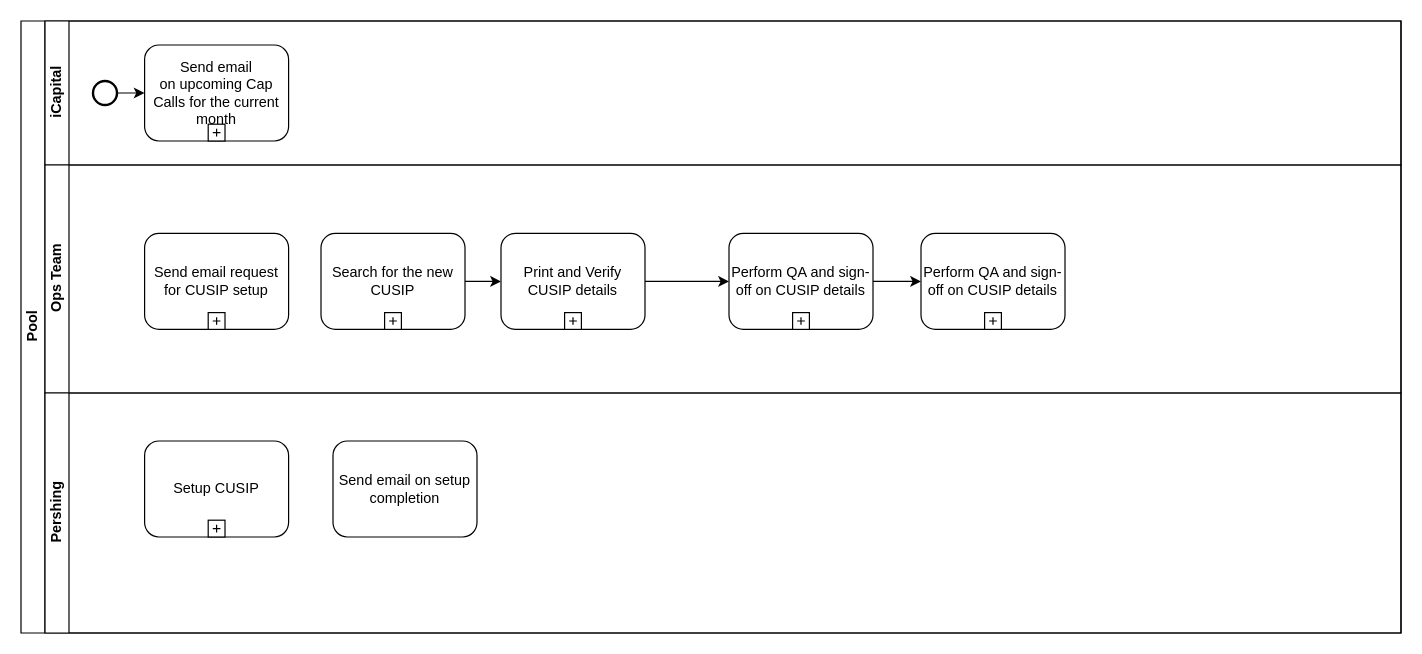
yvetuy/diagrams keeps this draw.io diagram as Test1.drawio. Above is the earlier version. Source tidied: cells renumbered, new cells numbered last; positions are measured from the earlier drawing's top-left corner, leaving out a move shared by most shapes. Both pictures are drawn from the tidied source at 120%, with x=0, y=0 at pixel (20, 20).
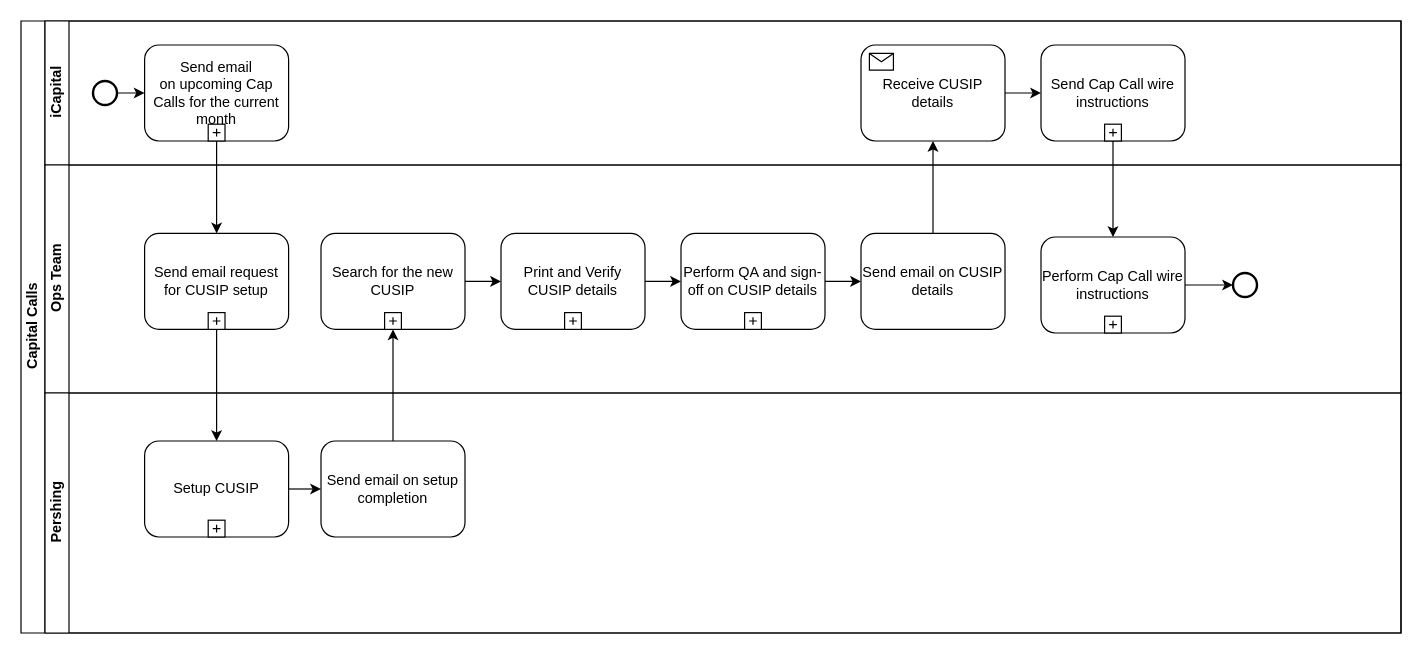
Above is the later version.

Unchanged cells that the change refers to:
```xml
<mxCell id="3" value="iCapital" style="swimlane;html=1;startSize=20;horizontal=0;" parent="2" vertex="1">
  <mxGeometry x="20" width="1130" height="120" as="geometry" />
</mxCell>
<mxCell id="5" value="Send email on&amp;nbsp;upcoming Cap Calls for the current month" style="html=1;whiteSpace=wrap;rounded=1;" parent="3" vertex="1">
  <mxGeometry x="83" y="20" width="120" height="80" as="geometry" />
</mxCell>
<mxCell id="8" value="Ops Team" style="swimlane;html=1;startSize=20;horizontal=0;" parent="2" vertex="1">
  <mxGeometry x="20" y="120" width="1130" height="190" as="geometry" />
</mxCell>
<mxCell id="11" style="html=1;shape=plus;outlineConnect=0;" parent="10" vertex="1">
  <mxGeometry x="0.5" y="1" width="14" height="14" relative="1" as="geometry">
    <mxPoint x="-7" y="-14" as="offset" />
  </mxGeometry>
</mxCell>
<mxCell id="16" value="Send email&amp;nbsp;request for CUSIP setup" style="html=1;whiteSpace=wrap;rounded=1;" parent="8" vertex="1">
  <mxGeometry x="83" y="57" width="120" height="80" as="geometry" />
</mxCell>
<mxCell id="22" value="Pershing" style="swimlane;html=1;startSize=20;horizontal=0;" parent="2" vertex="1">
  <mxGeometry x="20" y="310" width="1130" height="200" as="geometry" />
</mxCell>
<mxCell id="23" value="Setup CUSIP" style="html=1;whiteSpace=wrap;rounded=1;" parent="22" vertex="1">
  <mxGeometry x="83" y="40" width="120" height="80" as="geometry" />
</mxCell>
```

Change to the diagram source:
```diff
@@
-    <mxCell id="2" value="Pool" style="swimlane;html=1;horizontal=0;startSize=20;" parent="1" vertex="1">
+    <mxCell id="2" value="Capital Calls" style="swimlane;html=1;horizontal=0;startSize=20;" parent="1" vertex="1">
       <mxGeometry width="1150" height="510" as="geometry" />
     </mxCell>
@@
+    <mxCell id="26" style="edgeStyle=orthogonalEdgeStyle;rounded=0;jettySize=auto;html=1;" parent="3" edge="1" source="27" target="29">
+      <mxGeometry relative="1" as="geometry" />
+    </mxCell>
+    <mxCell id="27" value="Receive CUSIP details" style="html=1;whiteSpace=wrap;rounded=1;" parent="3" vertex="1">
+      <mxGeometry x="680" y="20" width="120" height="80" as="geometry" />
+    </mxCell>
+    <mxCell id="28" style="html=1;shape=message;" parent="27" vertex="1">
+      <mxGeometry width="20" height="14" relative="1" as="geometry">
+        <mxPoint x="7" y="7" as="offset" />
+      </mxGeometry>
+    </mxCell>
+    <mxCell id="29" value="Send&amp;nbsp;Cap Call wire instructions" style="html=1;whiteSpace=wrap;rounded=1;" parent="3" vertex="1">
+      <mxGeometry x="830" y="20" width="120" height="80" as="geometry" />
+    </mxCell>
+    <mxCell id="30" style="html=1;shape=plus;outlineConnect=0;" parent="29" vertex="1">
+      <mxGeometry x="0.5" y="1" width="14" height="14" relative="1" as="geometry">
+        <mxPoint x="-7" y="-14" as="offset" />
+      </mxGeometry>
+    </mxCell>
@@
-    <mxCell id="9" style="edgeStyle=orthogonalEdgeStyle;rounded=0;jettySize=auto;html=1;" parent="8" edge="1" source="14" target="12">
+    <mxCell id="9" style="edgeStyle=orthogonalEdgeStyle;rounded=0;jettySize=auto;html=1;entryX=0;entryY=0.5;entryDx=0;entryDy=0;" parent="8" edge="1" source="14" target="31">
       <mxGeometry relative="1" as="geometry" />
     </mxCell>
+    <mxCell id="14" value="Perform QA and sign-off on CUSIP details" style="html=1;whiteSpace=wrap;rounded=1;" parent="8" vertex="1">
+      <mxGeometry x="530" y="57" width="120" height="80" as="geometry" />
+    </mxCell>
+    <mxCell id="15" style="html=1;shape=plus;" parent="14" vertex="1">
+      <mxGeometry x="0.5" y="1" width="14" height="14" relative="1" as="geometry">
+        <mxPoint x="-7" y="-14" as="offset" />
+      </mxGeometry>
+    </mxCell>
@@
-    <mxCell id="12" value="Perform QA and sign-off on CUSIP details" style="html=1;whiteSpace=wrap;rounded=1;" parent="8" vertex="1">
-      <mxGeometry x="730" y="57" width="120" height="80" as="geometry" />
-    </mxCell>
-    <mxCell id="13" style="html=1;shape=plus;" parent="12" vertex="1">
-      <mxGeometry x="0.5" y="1" width="14" height="14" relative="1" as="geometry">
-        <mxPoint x="-7" y="-14" as="offset" />
-      </mxGeometry>
-    </mxCell>
-    <mxCell id="14" value="Perform QA and sign-off on CUSIP details" style="html=1;whiteSpace=wrap;rounded=1;" parent="8" vertex="1">
-      <mxGeometry x="570" y="57" width="120" height="80" as="geometry" />
-    </mxCell>
-    <mxCell id="15" style="html=1;shape=plus;" parent="14" vertex="1">
-      <mxGeometry x="0.5" y="1" width="14" height="14" relative="1" as="geometry">
-        <mxPoint x="-7" y="-14" as="offset" />
-      </mxGeometry>
-    </mxCell>
@@
+    <mxCell id="31" value="Send email on CUSIP details" style="shape=ext;rounded=1;html=1;whiteSpace=wrap;" parent="8" vertex="1">
+      <mxGeometry x="680" y="57" width="120" height="80" as="geometry" />
+    </mxCell>
+    <mxCell id="32" style="strokeWidth=2;html=1;shape=mxgraph.flowchart.start_2;whiteSpace=wrap;" parent="8" vertex="1">
+      <mxGeometry x="990" y="90" width="20" height="20" as="geometry" />
+    </mxCell>
+    <mxCell id="33" style="edgeStyle=orthogonalEdgeStyle;rounded=0;jettySize=auto;html=1;" parent="8" edge="1" source="34">
+      <mxGeometry relative="1" as="geometry">
+        <mxPoint x="990" y="100" as="targetPoint" />
+      </mxGeometry>
+    </mxCell>
+    <mxCell id="34" value="Perform Cap Call wire instructions" style="html=1;whiteSpace=wrap;rounded=1;" parent="8" vertex="1">
+      <mxGeometry x="830" y="60" width="120" height="80" as="geometry" />
+    </mxCell>
+    <mxCell id="35" style="html=1;shape=plus;" parent="34" vertex="1">
+      <mxGeometry x="0.5" y="1" width="14" height="14" relative="1" as="geometry">
+        <mxPoint x="-7" y="-14" as="offset" />
+      </mxGeometry>
+    </mxCell>
@@
+    <mxCell id="36" style="edgeStyle=orthogonalEdgeStyle;rounded=0;jettySize=auto;html=1;exitX=1;exitY=0.5;exitDx=0;exitDy=0;entryX=0;entryY=0.5;entryDx=0;entryDy=0;" parent="22" edge="1" source="23" target="25">
+      <mxGeometry relative="1" as="geometry" />
+    </mxCell>
@@
     <mxCell id="25" value="Send email on setup completion" style="shape=ext;rounded=1;html=1;whiteSpace=wrap;" parent="22" vertex="1">
-      <mxGeometry x="240" y="40" width="120" height="80" as="geometry" />
+      <mxGeometry x="230" y="40" width="120" height="80" as="geometry" />
     </mxCell>
+    <mxCell id="37" style="edgeStyle=orthogonalEdgeStyle;rounded=0;jettySize=auto;html=1;" parent="2" edge="1" source="5" target="16">
+      <mxGeometry relative="1" as="geometry" />
+    </mxCell>
+    <mxCell id="38" style="edgeStyle=orthogonalEdgeStyle;rounded=0;jettySize=auto;html=1;" parent="2" edge="1" source="16" target="23">
+      <mxGeometry relative="1" as="geometry" />
+    </mxCell>
+    <mxCell id="39" style="edgeStyle=orthogonalEdgeStyle;rounded=0;jettySize=auto;html=1;entryX=0.5;entryY=1;entryDx=0;entryDy=0;" parent="2" edge="1" source="25" target="11">
+      <mxGeometry relative="1" as="geometry" />
+    </mxCell>
+    <mxCell id="40" style="edgeStyle=orthogonalEdgeStyle;rounded=0;jettySize=auto;html=1;" parent="2" edge="1" source="31" target="27">
+      <mxGeometry relative="1" as="geometry" />
+    </mxCell>
+    <mxCell id="41" style="edgeStyle=orthogonalEdgeStyle;rounded=0;jettySize=auto;html=1;" parent="2" edge="1" source="30" target="34">
+      <mxGeometry relative="1" as="geometry" />
+    </mxCell>
```
